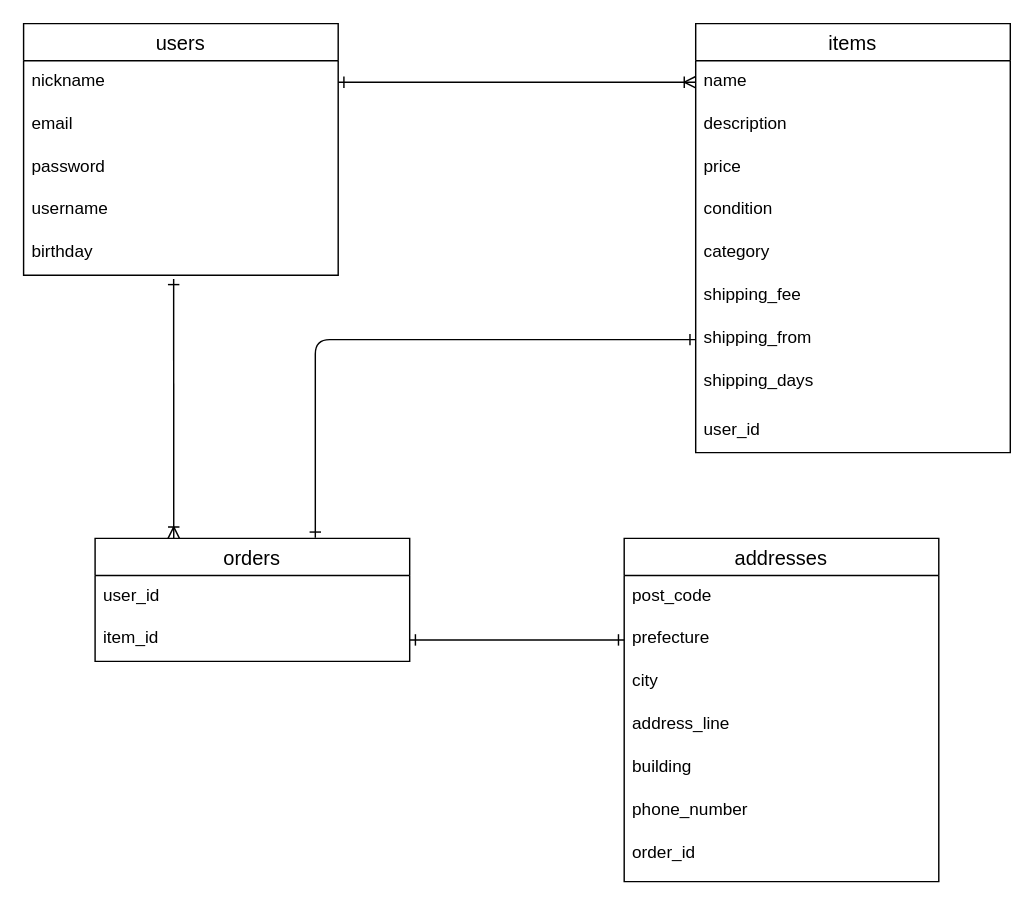
This is furima.dio from dr122/furima-40867, a draw.io file, before an edit. Source tidied: cells renumbered, new cells numbered last; positions are measured from the earlier drawing's top-left corner, leaving out a move shared by most shapes. Both pictures are drawn from the tidied source at 143%, with x=0, y=0 at pixel (23, 23).
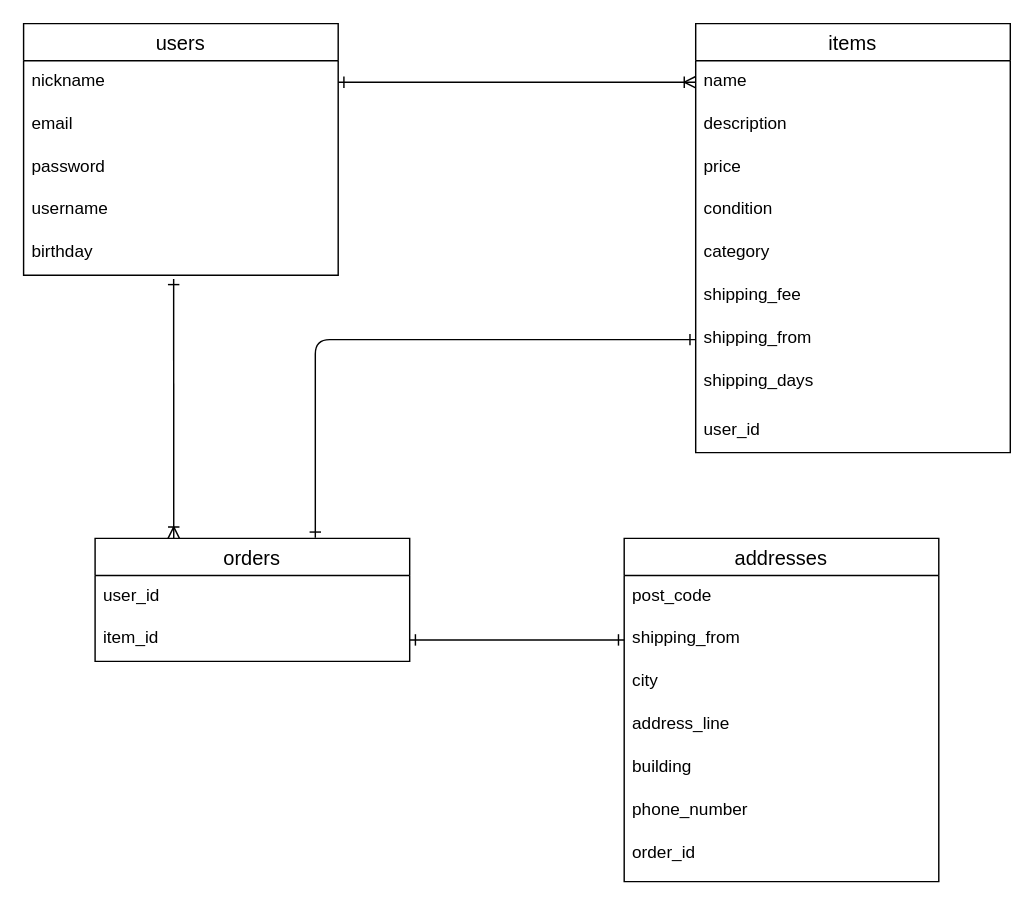
Above is the later version.

The change refers to these unchanged cells:
```xml
<mxCell id="23" value="addresses" style="swimlane;fontStyle=0;horizontal=1;startSize=26;align=center;fontSize=14;strokeWidth=1;fillColor=default;" parent="1" vertex="1">
  <mxGeometry x="420" y="360" width="220" height="240" as="geometry" />
</mxCell>
```

The edit, as a diff of the source:
```diff
@@
-    <mxCell id="25" value="prefecture" style="text;strokeColor=none;fillColor=none;spacingLeft=4;spacingRight=4;overflow=hidden;points=[[0,0.5],[1,0.5]];portConstraint=eastwest;fontSize=12;strokeWidth=1;" parent="23" vertex="1">
+    <mxCell id="25" value="shipping_from" style="text;strokeColor=none;fillColor=none;spacingLeft=4;spacingRight=4;overflow=hidden;points=[[0,0.5],[1,0.5]];portConstraint=eastwest;fontSize=12;strokeWidth=1;" parent="23" vertex="1">
       <mxGeometry y="56" width="220" height="30" as="geometry" />
     </mxCell>
```
